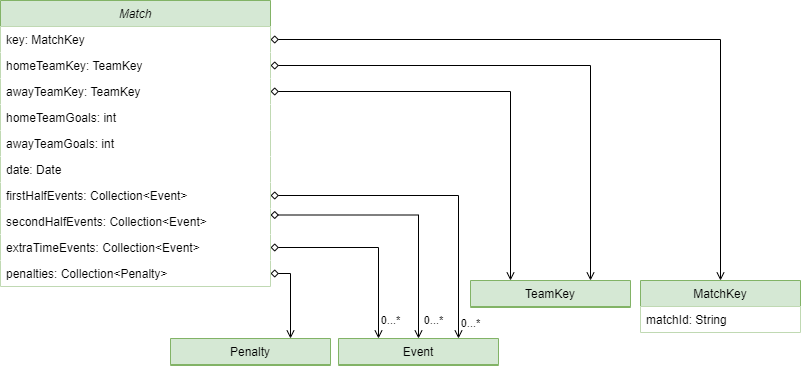
Before: docs/Match.png, a diagram exported from draw.io (BrunoMNDantas/FlashscoreAPI). Source tidied: cells renumbered, new cells last; positions are measured from the earlier drawing's top-left corner, leaving out a move shared by most shapes.
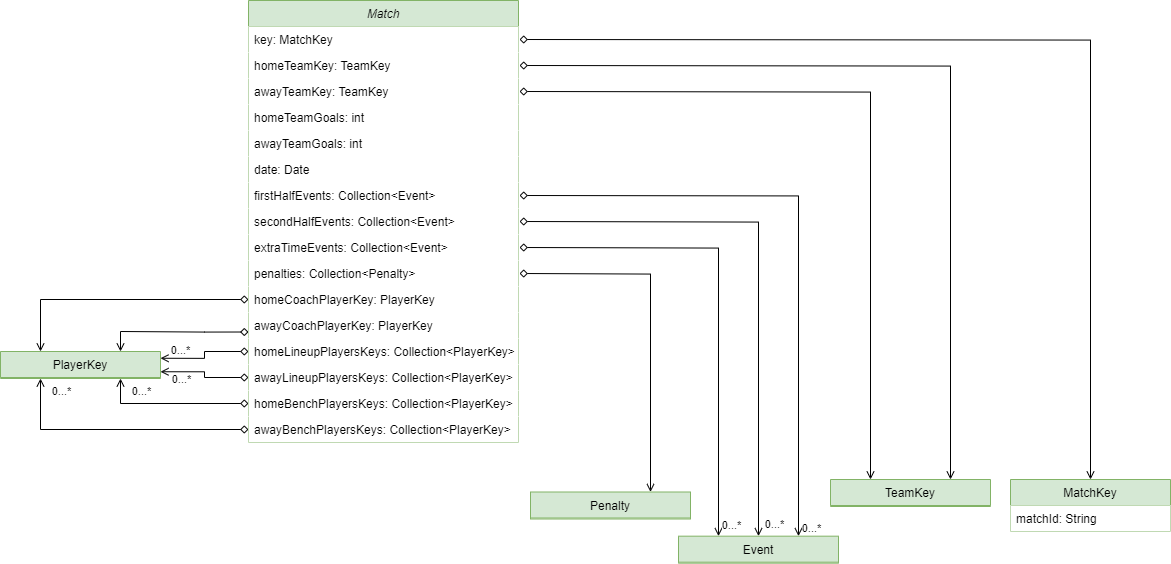
After the commit.

The edit, as a diff of the source:
```diff
@@ -2,16 +2,21 @@
   <root>
     <mxCell id="0" />
     <mxCell id="1" parent="0" />
-    <mxCell id="2" style="edgeStyle=orthogonalEdgeStyle;rounded=0;jettySize=auto;html=1;exitX=1;exitY=0.75;exitDx=0;exitDy=0;entryX=0.5;entryY=0;entryDx=0;entryDy=0;endArrow=open;endFill=0;startArrow=diamond;startFill=0;" parent="1" edge="1" source="4" target="19">
-      <mxGeometry relative="1" as="geometry" />
+    <mxCell id="2" style="edgeStyle=orthogonalEdgeStyle;rounded=0;jettySize=auto;html=1;exitX=1;exitY=0.5;exitDx=0;exitDy=0;entryX=0.5;entryY=0;entryDx=0;entryDy=0;endArrow=open;endFill=0;startArrow=diamond;startFill=0;" parent="1" edge="1" target="19">
+      <mxGeometry relative="1" as="geometry">
+        <mxPoint x="271" y="221" as="sourcePoint" />
+      </mxGeometry>
     </mxCell>
     <mxCell id="3" value="0...*" style="edgeLabel;html=1;align=center;verticalAlign=middle;" parent="2" vertex="1">
       <mxGeometry x="0.47" y="-4" relative="1" as="geometry">
-        <mxPoint x="18" y="54" as="offset" />
+        <mxPoint x="19" y="135" as="offset" />
       </mxGeometry>
     </mxCell>
+    <mxCell id="28" style="edgeStyle=orthogonalEdgeStyle;rounded=0;jettySize=auto;html=1;exitX=0;exitY=0.75;exitDx=0;exitDy=0;entryX=0.75;entryY=0;entryDx=0;entryDy=0;startArrow=diamond;startFill=0;endArrow=open;endFill=0;" parent="1" edge="1" source="4" target="35">
+      <mxGeometry relative="1" as="geometry" />
+    </mxCell>
     <mxCell id="4" value="Match" style="swimlane;fontStyle=2;align=center;verticalAlign=top;horizontal=1;startSize=26;rounded=0;shadow=0;strokeWidth=1;fillColor=#d5e8d4;strokeColor=#82b366;" parent="1" vertex="1">
-      <mxGeometry width="270" height="286" as="geometry" />
+      <mxGeometry width="270" height="442" as="geometry" />
     </mxCell>
     <mxCell id="5" value="key: MatchKey" style="text;align=left;verticalAlign=top;spacingLeft=4;spacingRight=4;overflow=hidden;points=[[0,0.5],[1,0.5]];portConstraint=eastwest;fillColor=default;" parent="4" vertex="1">
       <mxGeometry y="26" width="270" height="26" as="geometry" />
@@ -43,48 +48,110 @@
     <mxCell id="14" value="penalties: Collection&lt;Penalty&gt;" style="text;align=left;verticalAlign=top;spacingLeft=4;spacingRight=4;overflow=hidden;points=[[0,0.5],[1,0.5]];portConstraint=eastwest;rounded=0;shadow=0;html=0;fillColor=default;" parent="4" vertex="1">
       <mxGeometry y="260" width="270" height="26" as="geometry" />
     </mxCell>
+    <mxCell id="29" value="homeCoachPlayerKey: PlayerKey" style="text;align=left;verticalAlign=top;spacingLeft=4;spacingRight=4;overflow=hidden;points=[[0,0.5],[1,0.5]];portConstraint=eastwest;rounded=0;shadow=0;html=0;fillColor=default;" parent="4" vertex="1">
+      <mxGeometry y="286" width="270" height="26" as="geometry" />
+    </mxCell>
+    <mxCell id="30" value="awayCoachPlayerKey: PlayerKey" style="text;align=left;verticalAlign=top;spacingLeft=4;spacingRight=4;overflow=hidden;rounded=0;shadow=0;html=0;fillColor=default;" parent="4" vertex="1">
+      <mxGeometry y="312" width="270" height="26" as="geometry" />
+    </mxCell>
+    <mxCell id="31" value="homeLineupPlayersKeys: Collection&lt;PlayerKey&gt;" style="text;align=left;verticalAlign=top;spacingLeft=4;spacingRight=4;overflow=hidden;points=[[0,0.5],[1,0.5]];portConstraint=eastwest;rounded=0;shadow=0;html=0;fillColor=default;" parent="4" vertex="1">
+      <mxGeometry y="338" width="270" height="26" as="geometry" />
+    </mxCell>
+    <mxCell id="32" value="awayLineupPlayersKeys: Collection&lt;PlayerKey&gt;" style="text;align=left;verticalAlign=top;spacingLeft=4;spacingRight=4;overflow=hidden;points=[[0,0.5],[1,0.5]];portConstraint=eastwest;rounded=0;shadow=0;html=0;fillColor=default;" parent="4" vertex="1">
+      <mxGeometry y="364" width="270" height="26" as="geometry" />
+    </mxCell>
+    <mxCell id="33" value="homeBenchPlayersKeys: Collection&lt;PlayerKey&gt;" style="text;align=left;verticalAlign=top;spacingLeft=4;spacingRight=4;overflow=hidden;points=[[0,0.5],[1,0.5]];portConstraint=eastwest;rounded=0;shadow=0;html=0;fillColor=default;" parent="4" vertex="1">
+      <mxGeometry y="390" width="270" height="26" as="geometry" />
+    </mxCell>
+    <mxCell id="34" value="awayBenchPlayersKeys: Collection&lt;PlayerKey&gt;" style="text;align=left;verticalAlign=top;spacingLeft=4;spacingRight=4;overflow=hidden;points=[[0,0.5],[1,0.5]];portConstraint=eastwest;rounded=0;shadow=0;html=0;fillColor=default;" parent="4" vertex="1">
+      <mxGeometry y="416" width="270" height="26" as="geometry" />
+    </mxCell>
     <mxCell id="15" value="MatchKey" style="swimlane;fontStyle=0;align=center;verticalAlign=top;horizontal=1;startSize=26;rounded=0;shadow=0;strokeWidth=1;fillColor=#d5e8d4;strokeColor=#82b366;" parent="1" vertex="1">
-      <mxGeometry x="640" y="280" width="160" height="52" as="geometry" />
+      <mxGeometry x="762" y="479" width="160" height="52" as="geometry" />
     </mxCell>
     <mxCell id="16" value="matchId: String" style="text;align=left;verticalAlign=top;spacingLeft=4;spacingRight=4;overflow=hidden;fillColor=default;" parent="15" vertex="1">
       <mxGeometry y="26" width="160" height="26" as="geometry" />
     </mxCell>
-    <mxCell id="17" style="edgeStyle=orthogonalEdgeStyle;rounded=0;jettySize=auto;html=1;exitX=1;exitY=0.5;exitDx=0;exitDy=0;entryX=0.5;entryY=0;entryDx=0;entryDy=0;shadow=0;flowAnimation=0;endArrow=open;endFill=0;startArrow=diamond;startFill=0;" parent="1" edge="1" source="5" target="15">
-      <mxGeometry relative="1" as="geometry" />
+    <mxCell id="17" style="edgeStyle=orthogonalEdgeStyle;rounded=0;jettySize=auto;html=1;exitX=1;exitY=0.5;exitDx=0;exitDy=0;entryX=0.5;entryY=0;entryDx=0;entryDy=0;shadow=0;flowAnimation=0;endArrow=open;endFill=0;startArrow=diamond;startFill=0;" parent="1" edge="1" target="15">
+      <mxGeometry relative="1" as="geometry">
+        <mxPoint x="271" y="39" as="sourcePoint" />
+      </mxGeometry>
     </mxCell>
     <mxCell id="18" value="TeamKey" style="swimlane;fontStyle=0;align=center;verticalAlign=top;horizontal=1;startSize=26;rounded=0;shadow=0;strokeWidth=1;fillColor=#d5e8d4;strokeColor=#82b366;" parent="1" vertex="1">
-      <mxGeometry x="470" y="280" width="160" height="27" as="geometry" />
+      <mxGeometry x="582" y="479" width="160" height="27" as="geometry" />
     </mxCell>
     <mxCell id="19" value="Event" style="swimlane;fontStyle=0;align=center;verticalAlign=top;horizontal=1;startSize=26;rounded=0;shadow=0;strokeWidth=1;fillColor=#d5e8d4;strokeColor=#82b366;" parent="1" vertex="1">
-      <mxGeometry x="338" y="338" width="160" height="27" as="geometry" />
+      <mxGeometry x="430" y="535.7" width="160" height="27" as="geometry" />
     </mxCell>
-    <mxCell id="20" style="edgeStyle=orthogonalEdgeStyle;rounded=0;jettySize=auto;html=1;exitX=1;exitY=0.5;exitDx=0;exitDy=0;entryX=0.75;entryY=0;entryDx=0;entryDy=0;endArrow=open;endFill=0;startArrow=diamond;startFill=0;" parent="1" edge="1" source="6" target="18">
-      <mxGeometry relative="1" as="geometry" />
+    <mxCell id="20" style="edgeStyle=orthogonalEdgeStyle;rounded=0;jettySize=auto;html=1;exitX=1;exitY=0.5;exitDx=0;exitDy=0;entryX=0.75;entryY=0;entryDx=0;entryDy=0;endArrow=open;endFill=0;startArrow=diamond;startFill=0;" parent="1" edge="1" target="18">
+      <mxGeometry relative="1" as="geometry">
+        <mxPoint x="271" y="65" as="sourcePoint" />
+      </mxGeometry>
     </mxCell>
-    <mxCell id="21" style="edgeStyle=orthogonalEdgeStyle;rounded=0;jettySize=auto;html=1;exitX=1;exitY=0.5;exitDx=0;exitDy=0;entryX=0.25;entryY=0;entryDx=0;entryDy=0;endArrow=open;endFill=0;startArrow=diamond;startFill=0;" parent="1" edge="1" source="7" target="18">
-      <mxGeometry relative="1" as="geometry" />
+    <mxCell id="21" style="edgeStyle=orthogonalEdgeStyle;rounded=0;jettySize=auto;html=1;exitX=1;exitY=0.5;exitDx=0;exitDy=0;entryX=0.25;entryY=0;entryDx=0;entryDy=0;endArrow=open;endFill=0;startArrow=diamond;startFill=0;" parent="1" edge="1" target="18">
+      <mxGeometry relative="1" as="geometry">
+        <mxPoint x="271" y="91" as="sourcePoint" />
+      </mxGeometry>
     </mxCell>
     <mxCell id="22" value="Penalty" style="swimlane;fontStyle=0;align=center;verticalAlign=top;horizontal=1;startSize=26;rounded=0;shadow=0;strokeWidth=1;fillColor=#d5e8d4;strokeColor=#82b366;" parent="1" vertex="1">
-      <mxGeometry x="170" y="338" width="160" height="27" as="geometry" />
+      <mxGeometry x="282" y="491.5" width="160" height="27" as="geometry" />
     </mxCell>
-    <mxCell id="23" style="edgeStyle=orthogonalEdgeStyle;rounded=0;jettySize=auto;html=1;exitX=1;exitY=0.5;exitDx=0;exitDy=0;entryX=0.75;entryY=0;entryDx=0;entryDy=0;endArrow=open;endFill=0;startArrow=diamond;startFill=0;" parent="1" edge="1" source="11" target="19">
-      <mxGeometry relative="1" as="geometry" />
+    <mxCell id="23" style="edgeStyle=orthogonalEdgeStyle;rounded=0;jettySize=auto;html=1;exitX=1;exitY=0.5;exitDx=0;exitDy=0;entryX=0.75;entryY=0;entryDx=0;entryDy=0;endArrow=open;endFill=0;startArrow=diamond;startFill=0;" parent="1" edge="1" target="19">
+      <mxGeometry relative="1" as="geometry">
+        <mxPoint x="271" y="195" as="sourcePoint" />
+      </mxGeometry>
     </mxCell>
     <mxCell id="24" value="0...*" style="edgeLabel;html=1;align=center;verticalAlign=middle;" parent="23" vertex="1">
       <mxGeometry x="0.36" y="2" relative="1" as="geometry">
-        <mxPoint x="9" y="90" as="offset" />
+        <mxPoint x="10" y="191" as="offset" />
       </mxGeometry>
     </mxCell>
-    <mxCell id="25" style="edgeStyle=orthogonalEdgeStyle;rounded=0;jettySize=auto;html=1;exitX=1;exitY=0.5;exitDx=0;exitDy=0;entryX=0.25;entryY=0;entryDx=0;entryDy=0;endArrow=open;endFill=0;startArrow=diamond;startFill=0;" parent="1" edge="1" source="13" target="19">
-      <mxGeometry relative="1" as="geometry" />
+    <mxCell id="25" style="edgeStyle=orthogonalEdgeStyle;rounded=0;jettySize=auto;html=1;exitX=1;exitY=0.5;exitDx=0;exitDy=0;entryX=0.25;entryY=0;entryDx=0;entryDy=0;endArrow=open;endFill=0;startArrow=diamond;startFill=0;" parent="1" edge="1" target="19">
+      <mxGeometry relative="1" as="geometry">
+        <mxPoint x="271" y="247" as="sourcePoint" />
+      </mxGeometry>
     </mxCell>
     <mxCell id="26" value="0...*" style="edgeLabel;html=1;align=center;verticalAlign=middle;" parent="25" vertex="1">
       <mxGeometry x="0.41" y="-2" relative="1" as="geometry">
-        <mxPoint x="13" y="40" as="offset" />
+        <mxPoint x="14" y="133" as="offset" />
       </mxGeometry>
     </mxCell>
-    <mxCell id="27" style="edgeStyle=orthogonalEdgeStyle;rounded=0;jettySize=auto;html=1;exitX=1;exitY=0.5;exitDx=0;exitDy=0;entryX=0.75;entryY=0;entryDx=0;entryDy=0;endArrow=open;endFill=0;startArrow=diamond;startFill=0;" parent="1" edge="1" source="14" target="22">
-      <mxGeometry relative="1" as="geometry" />
+    <mxCell id="27" style="edgeStyle=orthogonalEdgeStyle;rounded=0;jettySize=auto;html=1;exitX=1;exitY=0.5;exitDx=0;exitDy=0;entryX=0.75;entryY=0;entryDx=0;entryDy=0;endArrow=open;endFill=0;startArrow=diamond;startFill=0;" parent="1" edge="1" target="22">
+      <mxGeometry relative="1" as="geometry">
+        <mxPoint x="271" y="273" as="sourcePoint" />
+      </mxGeometry>
     </mxCell>
+    <mxCell id="35" value="PlayerKey" style="swimlane;fontStyle=0;align=center;verticalAlign=top;horizontal=1;startSize=26;rounded=0;shadow=0;strokeWidth=1;fillColor=#d5e8d4;strokeColor=#82b366;" parent="1" vertex="1">
+      <mxGeometry x="-248" y="351" width="160" height="27" as="geometry" />
+    </mxCell>
+    <mxCell id="36" style="edgeStyle=orthogonalEdgeStyle;rounded=0;jettySize=auto;html=1;exitX=0;exitY=0.5;exitDx=0;exitDy=0;entryX=0.25;entryY=0;entryDx=0;entryDy=0;endArrow=open;endFill=0;startArrow=diamond;startFill=0;" parent="1" edge="1" source="29" target="35">
+      <mxGeometry relative="1" as="geometry" />
+    </mxCell>
+    <mxCell id="37" style="edgeStyle=orthogonalEdgeStyle;rounded=0;jettySize=auto;html=1;exitX=0;exitY=0.5;exitDx=0;exitDy=0;entryX=0.25;entryY=1;entryDx=0;entryDy=0;endArrow=open;endFill=0;startArrow=diamond;startFill=0;" parent="1" edge="1" source="34" target="35">
+      <mxGeometry relative="1" as="geometry" />
+    </mxCell>
+    <mxCell id="38" style="edgeStyle=orthogonalEdgeStyle;rounded=0;jettySize=auto;html=1;exitX=0;exitY=0.5;exitDx=0;exitDy=0;entryX=0.75;entryY=1;entryDx=0;entryDy=0;endArrow=open;endFill=0;startArrow=diamond;startFill=0;" parent="1" edge="1" source="33" target="35">
+      <mxGeometry relative="1" as="geometry" />
+    </mxCell>
+    <mxCell id="39" style="edgeStyle=orthogonalEdgeStyle;rounded=0;jettySize=auto;html=1;exitX=0;exitY=0.5;exitDx=0;exitDy=0;entryX=1;entryY=0.25;entryDx=0;entryDy=0;endArrow=open;endFill=0;startArrow=diamond;startFill=0;" parent="1" edge="1" source="31" target="35">
+      <mxGeometry relative="1" as="geometry" />
+    </mxCell>
+    <mxCell id="40" value="0...*" style="edgeLabel;html=1;align=center;verticalAlign=middle;" parent="39" vertex="1">
+      <mxGeometry x="-0.53" y="2" relative="1" as="geometry">
+        <mxPoint x="-46" y="-4" as="offset" />
+      </mxGeometry>
+    </mxCell>
+    <mxCell id="41" style="edgeStyle=orthogonalEdgeStyle;rounded=0;jettySize=auto;html=1;exitX=0;exitY=0.5;exitDx=0;exitDy=0;entryX=1;entryY=0.75;entryDx=0;entryDy=0;endArrow=open;endFill=0;startArrow=diamond;startFill=0;" parent="1" edge="1" source="32" target="35">
+      <mxGeometry relative="1" as="geometry" />
+    </mxCell>
+    <mxCell id="42" value="0...*" style="edgeLabel;html=1;align=center;verticalAlign=middle;" parent="1" vertex="1">
+      <mxGeometry x="-68" y="378" as="geometry" />
+    </mxCell>
+    <mxCell id="43" value="0...*" style="edgeLabel;html=1;align=center;verticalAlign=middle;" parent="1" vertex="1">
+      <mxGeometry x="-108" y="390" as="geometry" />
+    </mxCell>
+    <mxCell id="44" value="0...*" style="edgeLabel;html=1;align=center;verticalAlign=middle;" parent="1" vertex="1">
+      <mxGeometry x="-188" y="390" as="geometry" />
+    </mxCell>
   </root>
 </mxGraphModel>
```
